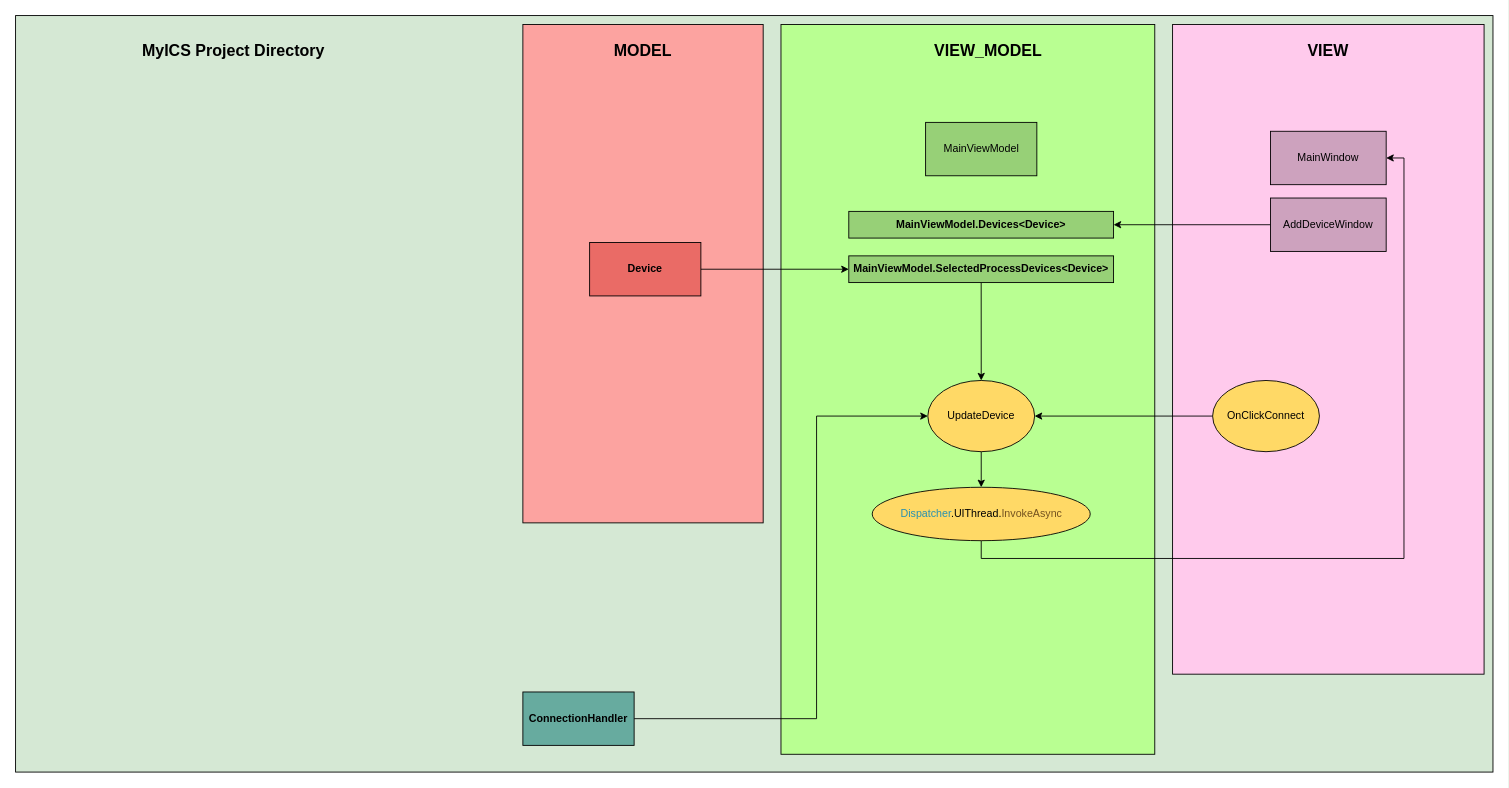
reccejack/MyICS_2.1_Working keeps this draw.io diagram as page "Logic MindMap" (8 of 8) of MyICSv2.1-LOGIC-GeneralSchema.drawio. Above is the earlier version. Source tidied: cells renumbered, new cells numbered last; positions are measured from the earlier drawing's top-left corner, leaving out a move shared by most shapes. Both pictures are drawn from the tidied source at 89%, with x=0, y=0 at pixel (15, 15).
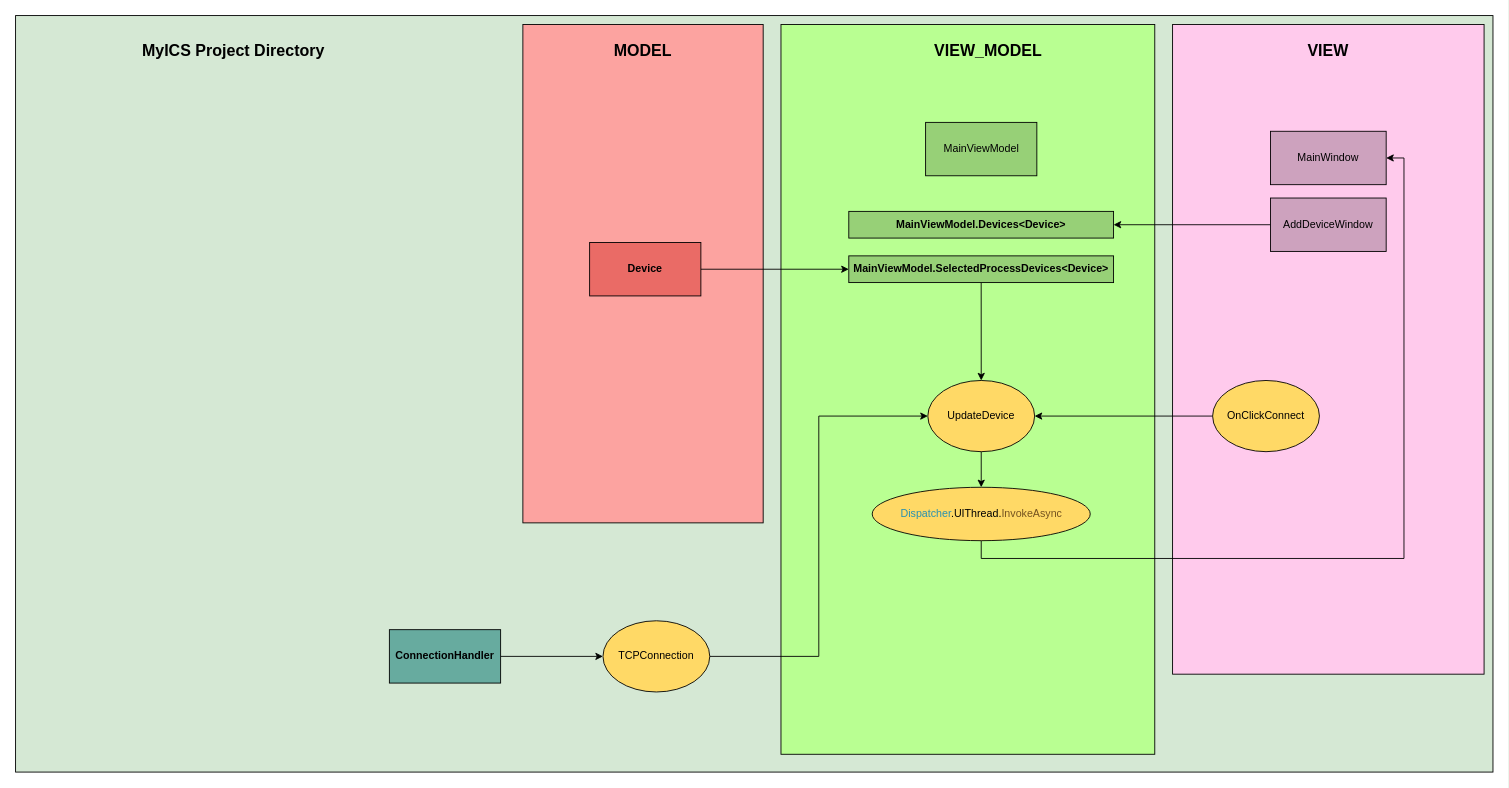
The same diagram, later.

The change refers to these unchanged cells:
```xml
<mxCell id="12" value="UpdateDevice" style="ellipse;whiteSpace=wrap;html=1;fillColor=#FFD966;" parent="1" vertex="1">
  <mxGeometry x="1025" y="410" width="120" height="80" as="geometry" />
</mxCell>
```

Diff of the diagram source:
```diff
@@
-    <mxCell id="23" style="edgeStyle=orthogonalEdgeStyle;rounded=0;jettySize=auto;html=1;exitX=1;exitY=0.5;exitDx=0;exitDy=0;entryX=0;entryY=0.5;entryDx=0;entryDy=0;" parent="1" edge="1" source="24" target="12">
-      <mxGeometry relative="1" as="geometry">
-        <Array as="points">
-          <mxPoint x="900" y="790" />
-          <mxPoint x="900" y="450" />
-        </Array>
-      </mxGeometry>
-    </mxCell>
+    <mxCell id="28" style="edgeStyle=orthogonalEdgeStyle;rounded=0;jettySize=auto;html=1;exitX=1;exitY=0.5;exitDx=0;exitDy=0;entryX=0;entryY=0.5;entryDx=0;entryDy=0;" parent="1" edge="1" source="24" target="30">
+      <mxGeometry relative="1" as="geometry" />
+    </mxCell>
     <mxCell id="24" value="&lt;b&gt;ConnectionHandler&lt;/b&gt;" style="rounded=0;whiteSpace=wrap;html=1;fillColor=#67AB9F;" parent="1" vertex="1">
-      <mxGeometry x="570" y="760" width="125" height="60" as="geometry" />
+      <mxGeometry x="420" y="690" width="125" height="60" as="geometry" />
     </mxCell>
@@
+    <mxCell id="29" style="edgeStyle=orthogonalEdgeStyle;rounded=0;jettySize=auto;html=1;exitX=1;exitY=0.5;exitDx=0;exitDy=0;entryX=0;entryY=0.5;entryDx=0;entryDy=0;" parent="1" edge="1" source="30" target="12">
+      <mxGeometry relative="1" as="geometry" />
+    </mxCell>
+    <mxCell id="30" value="TCPConnection" style="ellipse;whiteSpace=wrap;html=1;fillColor=#FFD966;" parent="1" vertex="1">
+      <mxGeometry x="660" y="680" width="120" height="80" as="geometry" />
+    </mxCell>
```
